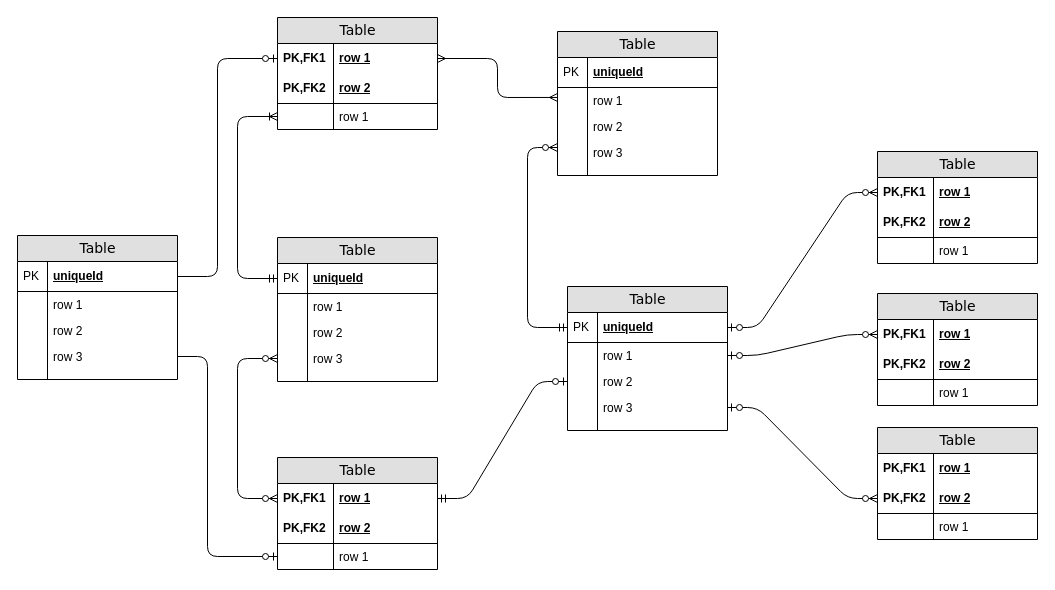
jnunez1-tenco/Files keeps this draw.io diagram as ArchivosER.drawio. Above is the earlier version. Source tidied: cells renumbered, new cells numbered last; positions are measured from the earlier drawing's top-left corner, leaving out a move shared by most shapes. Both pictures are drawn from the tidied source at 100%, with x=0, y=0 at pixel (17, 17).
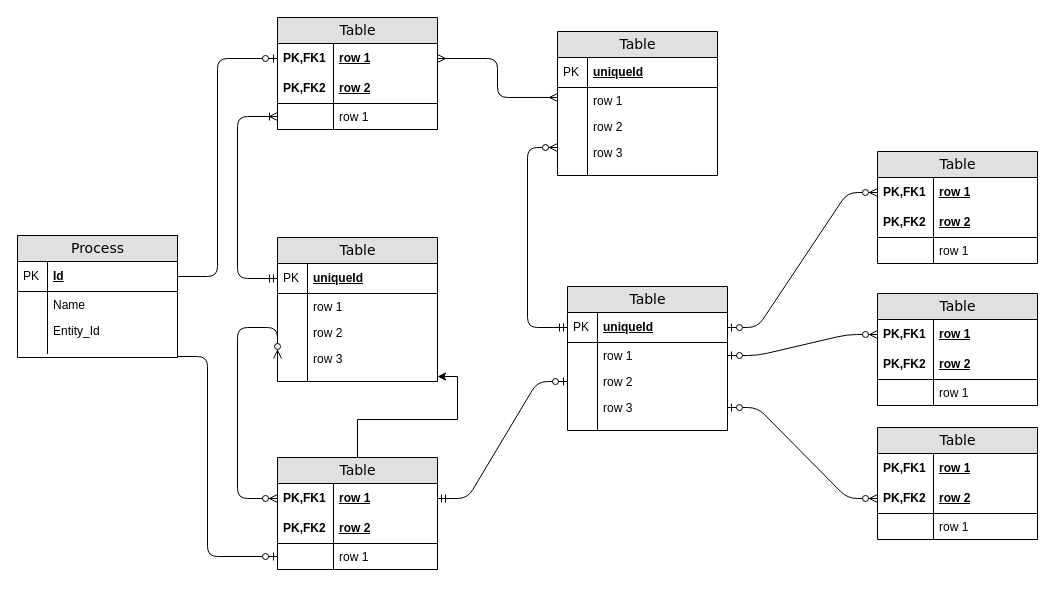
Above is the later version.

Unchanged cells that the change refers to:
```xml
<mxCell id="27" value="row 3" style="shape=partialRectangle;top=0;left=0;right=0;bottom=0;html=1;align=left;verticalAlign=top;fillColor=none;spacingLeft=34;spacingRight=4;whiteSpace=wrap;overflow=hidden;points=[[0,0.5],[1,0.5]];portConstraint=eastwest;" parent="20" vertex="1">
  <mxGeometry y="108" width="160" height="26" as="geometry" />
</mxCell>
<mxCell id="29" style="shape=partialRectangle;top=0;left=0;right=0;bottom=0;html=1;align=left;verticalAlign=top;fillColor=none;spacingLeft=34;spacingRight=4;whiteSpace=wrap;overflow=hidden;points=[[0,0.5],[1,0.5]];portConstraint=eastwest;" parent="20" vertex="1">
  <mxGeometry y="134" width="160" height="10" as="geometry" />
</mxCell>
<mxCell id="49" value="Table" style="swimlane;html=1;fontStyle=0;horizontal=1;startSize=26;fillColor=#e0e0e0;swimlaneFillColor=#ffffff;align=center;rounded=0;shadow=0;comic=0;labelBackgroundColor=none;strokeWidth=1;fontFamily=Verdana;fontSize=14;" parent="1" vertex="1">
  <mxGeometry x="260" y="440" width="160" height="112" as="geometry" />
</mxCell>
<mxCell id="50" value="row 1" style="shape=partialRectangle;top=0;left=0;right=0;bottom=0;html=1;align=left;verticalAlign=middle;fillColor=none;spacingLeft=60;spacingRight=4;whiteSpace=wrap;overflow=hidden;points=[[0,0.5],[1,0.5]];portConstraint=eastwest;fontStyle=5;" parent="49" vertex="1">
  <mxGeometry y="26" width="160" height="30" as="geometry" />
</mxCell>
<mxCell id="54" value="row 1" style="shape=partialRectangle;top=0;left=0;right=0;bottom=0;html=1;align=left;verticalAlign=top;fillColor=none;spacingLeft=60;spacingRight=4;whiteSpace=wrap;overflow=hidden;points=[[0,0.5],[1,0.5]];portConstraint=eastwest;" parent="49" vertex="1">
  <mxGeometry y="86" width="160" height="26" as="geometry" />
</mxCell>
```

What changed in the source:
```diff
@@
+    <mxCell id="91" style="edgeStyle=orthogonalEdgeStyle;rounded=0;jettySize=auto;html=1;" parent="1" edge="1" source="49" target="29">
+      <mxGeometry relative="1" as="geometry" />
+    </mxCell>
@@
     <mxCell id="57" style="edgeStyle=orthogonalEdgeStyle;html=1;endArrow=ERzeroToMany;endFill=1;startArrow=ERzeroToMany;labelBackgroundColor=none;fontFamily=Verdana;fontSize=14;entryX=0;entryY=0.5;exitX=0;exitY=0.5;" parent="1" edge="1" source="50" target="27">
       <mxGeometry relative="1" as="geometry">
         <Array as="points">
           <mxPoint x="220" y="481" />
-          <mxPoint x="220" y="341" />
+          <mxPoint x="220" y="310" />
+          <mxPoint x="260" y="310" />
         </Array>
       </mxGeometry>
     </mxCell>
@@
-    <mxCell id="78" value="Table" style="swimlane;html=1;fontStyle=0;horizontal=1;startSize=26;fillColor=#e0e0e0;swimlaneFillColor=#ffffff;align=center;rounded=0;shadow=0;comic=0;labelBackgroundColor=none;strokeWidth=1;fontFamily=Verdana;fontSize=14;" parent="1" vertex="1">
-      <mxGeometry y="218" width="160" height="144" as="geometry" />
+    <mxCell id="78" value="Process" style="swimlane;html=1;fontStyle=0;horizontal=1;startSize=26;fillColor=#e0e0e0;swimlaneFillColor=#ffffff;align=center;rounded=0;shadow=0;comic=0;labelBackgroundColor=none;strokeWidth=1;fontFamily=Verdana;fontSize=14;" parent="1" vertex="1">
+      <mxGeometry y="218" width="160" height="122" as="geometry" />
     </mxCell>
-    <mxCell id="79" value="uniqueId" style="shape=partialRectangle;top=0;left=0;right=0;bottom=1;html=1;align=left;verticalAlign=middle;fillColor=none;spacingLeft=34;spacingRight=4;whiteSpace=wrap;overflow=hidden;points=[[0,0.5],[1,0.5]];portConstraint=eastwest;fontStyle=5;" parent="78" vertex="1">
+    <mxCell id="79" value="Id" style="shape=partialRectangle;top=0;left=0;right=0;bottom=1;html=1;align=left;verticalAlign=middle;fillColor=none;spacingLeft=34;spacingRight=4;whiteSpace=wrap;overflow=hidden;points=[[0,0.5],[1,0.5]];portConstraint=eastwest;fontStyle=5;" parent="78" vertex="1">
       <mxGeometry y="26" width="160" height="30" as="geometry" />
     </mxCell>
@@
-    <mxCell id="81" value="row 1" style="shape=partialRectangle;top=0;left=0;right=0;bottom=0;html=1;align=left;verticalAlign=top;fillColor=none;spacingLeft=34;spacingRight=4;whiteSpace=wrap;overflow=hidden;" parent="78" vertex="1">
+    <mxCell id="81" value="Name" style="shape=partialRectangle;top=0;left=0;right=0;bottom=0;html=1;align=left;verticalAlign=top;fillColor=none;spacingLeft=34;spacingRight=4;whiteSpace=wrap;overflow=hidden;" parent="78" vertex="1">
       <mxGeometry y="56" width="160" height="26" as="geometry" />
     </mxCell>
@@
-    <mxCell id="83" value="row 2" style="shape=partialRectangle;top=0;left=0;right=0;bottom=0;html=1;align=left;verticalAlign=top;fillColor=none;spacingLeft=34;spacingRight=4;whiteSpace=wrap;overflow=hidden;" parent="78" vertex="1">
+    <mxCell id="83" value="Entity_Id" style="shape=partialRectangle;top=0;left=0;right=0;bottom=0;html=1;align=left;verticalAlign=top;fillColor=none;spacingLeft=34;spacingRight=4;whiteSpace=wrap;overflow=hidden;" parent="78" vertex="1">
       <mxGeometry y="82" width="160" height="26" as="geometry" />
     </mxCell>
@@
-    <mxCell id="85" value="row 3" style="shape=partialRectangle;top=0;left=0;right=0;bottom=0;html=1;align=left;verticalAlign=top;fillColor=none;spacingLeft=34;spacingRight=4;whiteSpace=wrap;overflow=hidden;points=[[0,0.5],[1,0.5]];portConstraint=eastwest;" parent="78" vertex="1">
-      <mxGeometry y="108" width="160" height="26" as="geometry" />
-    </mxCell>
-    <mxCell id="86" style="shape=partialRectangle;top=0;left=0;bottom=0;html=1;fillColor=none;align=left;verticalAlign=top;spacingLeft=4;spacingRight=4;whiteSpace=wrap;overflow=hidden;" parent="85" vertex="1">
-      <mxGeometry width="30" height="26" as="geometry" />
-    </mxCell>
     <mxCell id="87" style="shape=partialRectangle;top=0;left=0;right=0;bottom=0;html=1;align=left;verticalAlign=top;fillColor=none;spacingLeft=34;spacingRight=4;whiteSpace=wrap;overflow=hidden;" parent="78" vertex="1">
-      <mxGeometry y="134" width="160" height="10" as="geometry" />
+      <mxGeometry y="108" width="160" height="10" as="geometry" />
     </mxCell>
@@
-    <mxCell id="90" style="edgeStyle=orthogonalEdgeStyle;html=1;endArrow=ERzeroToOne;endFill=1;labelBackgroundColor=none;fontFamily=Verdana;fontSize=14;entryX=0;entryY=0.5;exitX=1;exitY=0.5;" parent="1" edge="1" source="85" target="54">
+    <mxCell id="90" style="edgeStyle=orthogonalEdgeStyle;html=1;endArrow=ERzeroToOne;endFill=1;labelBackgroundColor=none;fontFamily=Verdana;fontSize=14;entryX=0;entryY=0.5;exitX=1;exitY=0.5;" parent="1" edge="1" target="54">
       <mxGeometry relative="1" as="geometry">
+        <mxPoint x="160" y="339" as="sourcePoint" />
         <Array as="points">
           <mxPoint x="190" y="339" />
           <mxPoint x="190" y="539" />
         </Array>
       </mxGeometry>
     </mxCell>
```
